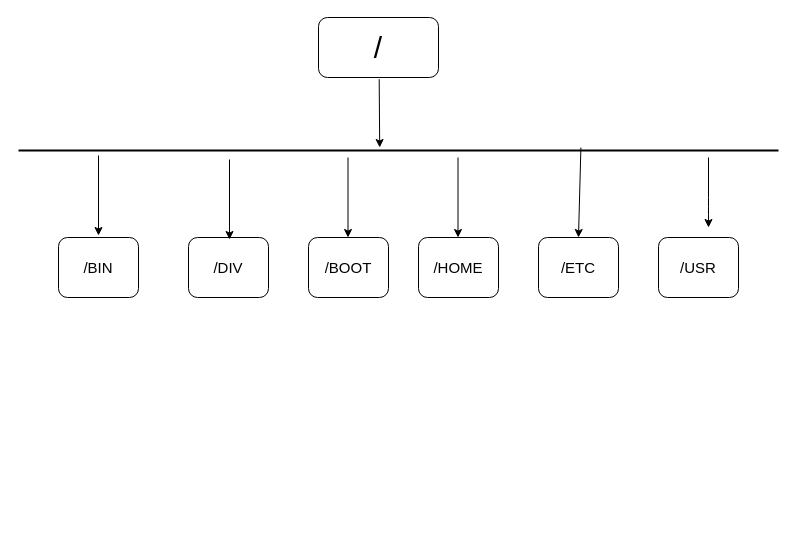
The draw.io diagram UNIX@FILESYSTEM.drawio in ashisnishanka/DEVOPS-DEMO, before the edit. Source tidied: cells renumbered, new cells numbered last; positions are measured from the earlier drawing's top-left corner, leaving out a move shared by most shapes. Both pictures are drawn from the tidied source at 100%, with x=0, y=0 at pixel (18, 17).
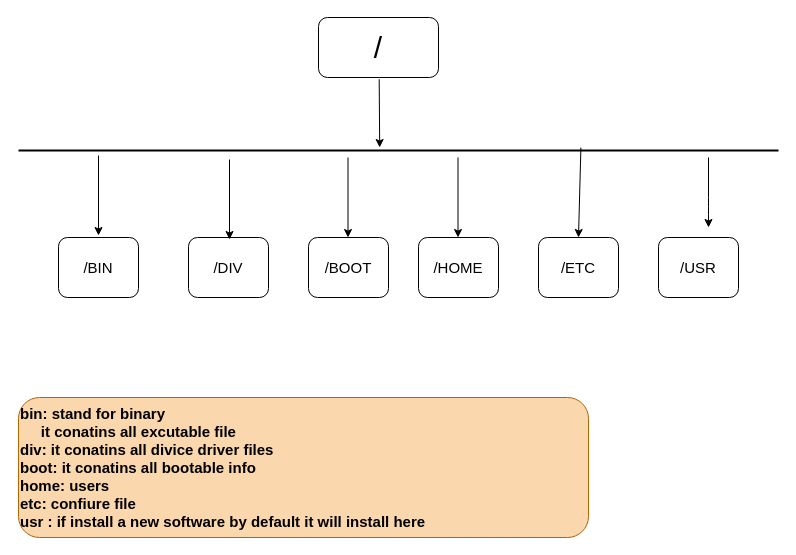
After the change.

What changed in the source:
```diff
@@
+    <mxCell id="17" value="bin: stand for binary&#10;&amp;nbsp; &amp;nbsp; &amp;nbsp;it conatins all excutable file&amp;nbsp;&#10;div: it conatins all divice driver files&#10;boot: it conatins all bootable info&#10;home: users&#10;etc: confiure file&#10;usr : if install a new software by default it will install here" style="rounded=1;whiteSpace=wrap;html=1;fontSize=15;align=left;fontStyle=1;fillColor=#fad7ac;strokeColor=#b46504;" parent="1" vertex="1">
+      <mxGeometry y="380" width="570" height="140" as="geometry" />
+    </mxCell>
```
